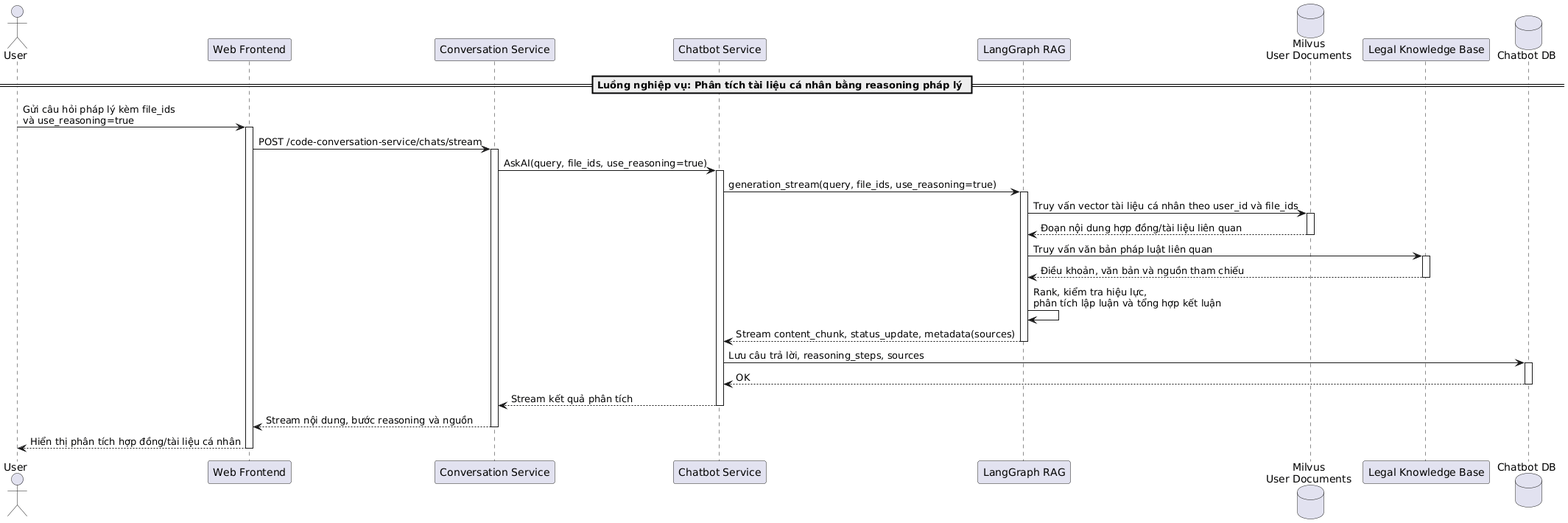
The PlantUML diagram temp/05-sequence/UML-Sequence-40.png in 20206205Tech/docs-uml, before a commit.
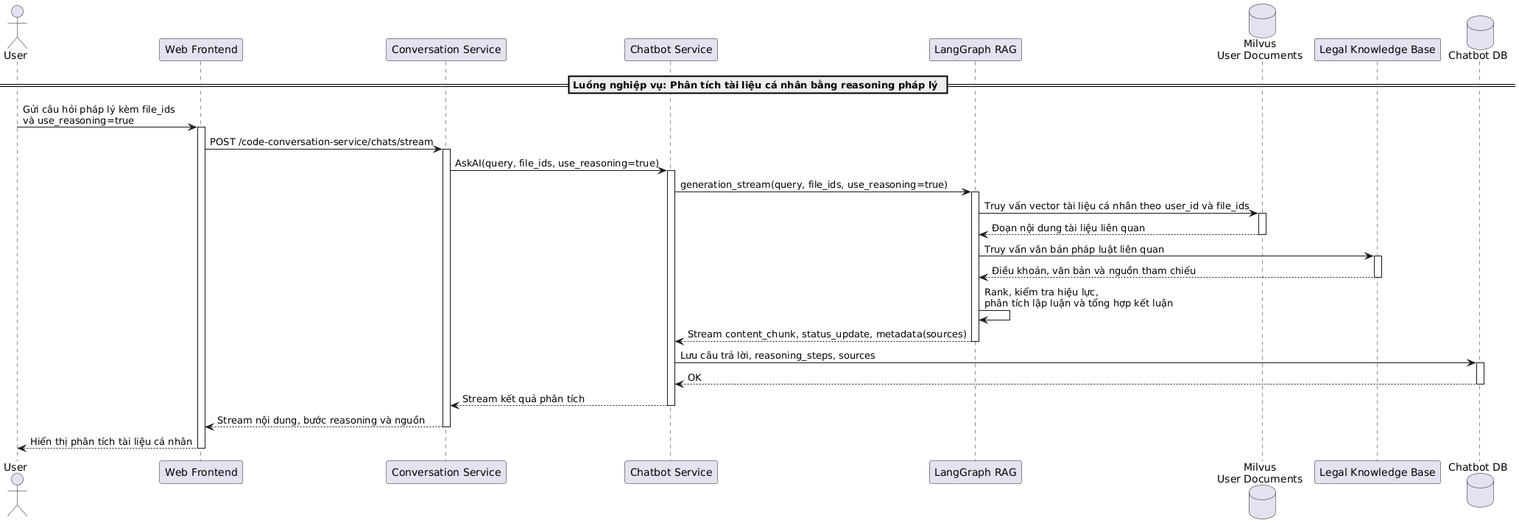
Above is the later version.

What changed in the source:
```diff
@@ -22,7 +22,7 @@
 activate RAG
 RAG -> Milvus: Truy vấn vector tài liệu cá nhân theo user_id và file_ids
 activate Milvus
-Milvus --> RAG: Đoạn nội dung hợp đồng/tài liệu liên quan
+Milvus --> RAG: Đoạn nội dung tài liệu liên quan
 deactivate Milvus
 
 RAG -> LegalKB: Truy vấn văn bản pháp luật liên quan
@@ -43,6 +43,6 @@
 deactivate ChatbotService
 ConversationService --> Frontend: Stream nội dung, bước reasoning và nguồn
 deactivate ConversationService
-Frontend --> User: Hiển thị phân tích hợp đồng/tài liệu cá nhân
+Frontend --> User: Hiển thị phân tích tài liệu cá nhân
 deactivate Frontend
 @enduml
```
